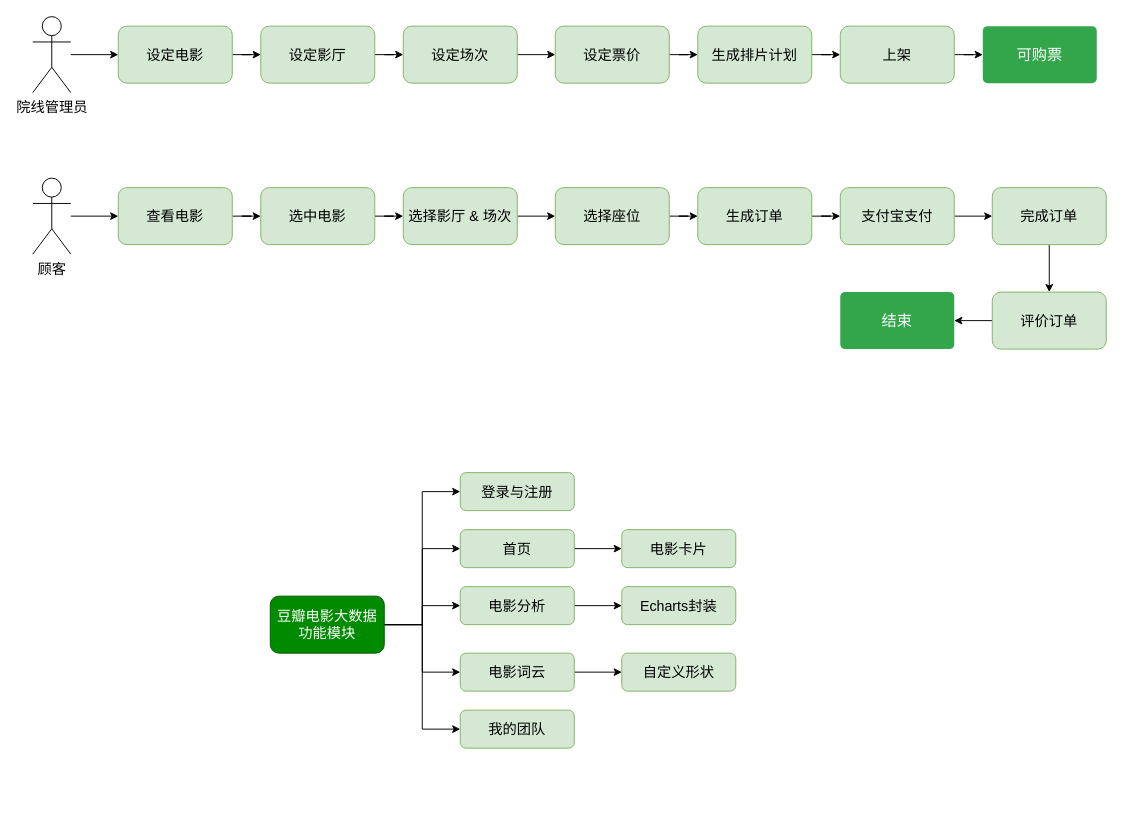
redcomet88/DRAW keeps this draw.io diagram as 豆瓣电影大数据.drawio. Above is the earlier version. Source tidied: cells renumbered, new cells numbered last; positions are measured from the earlier drawing's top-left corner, leaving out a move shared by most shapes. Both pictures are drawn from the tidied source at 95%, with x=0, y=0 at pixel (32, 16).
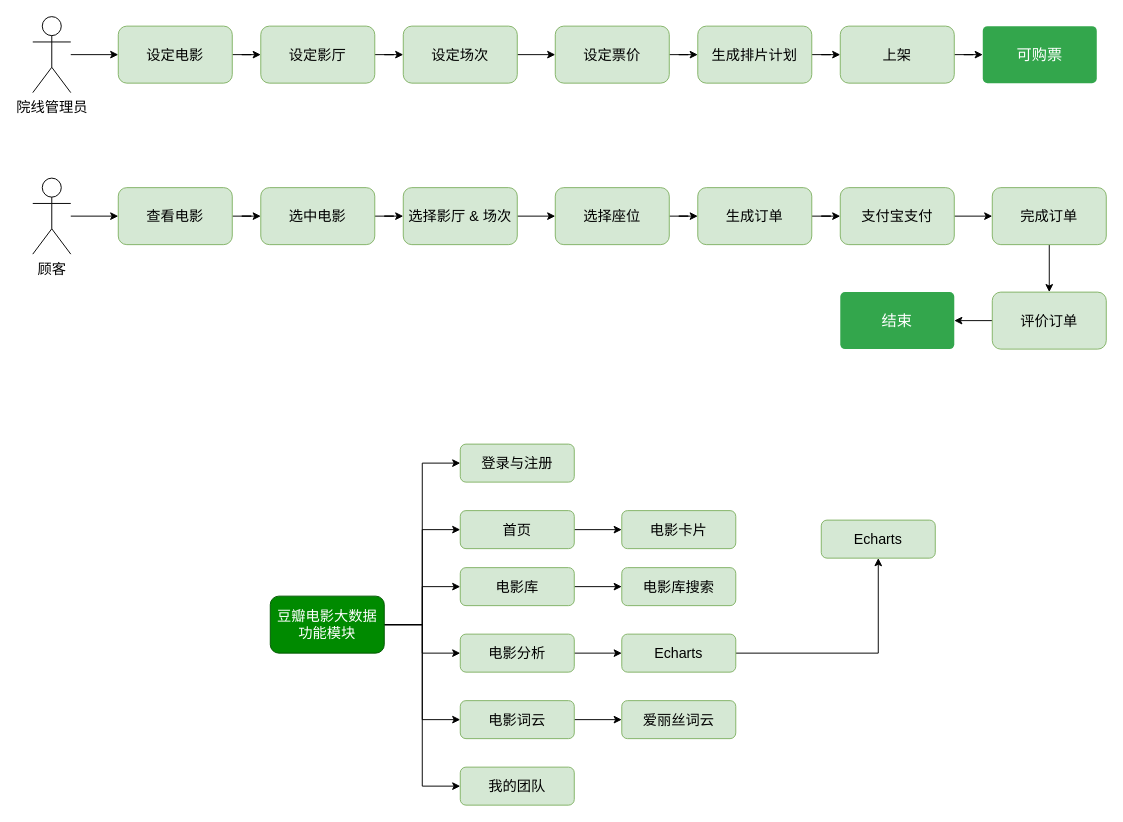
After the change.

Commit message:
Update 豆瓣电影大数据.drawio

Unchanged cells that the change refers to:
```xml
<mxCell id="41" value="豆瓣电影大数据&lt;br&gt;功能模块" style="rounded=1;whiteSpace=wrap;html=1;fontSize=15;fillColor=#008a00;strokeColor=#005700;fontColor=#ffffff;" parent="1" vertex="1">
  <mxGeometry x="250" y="610" width="120" height="60" as="geometry" />
</mxCell>
```

What changed in the source:
```diff
@@
+    <mxCell id="53" style="edgeStyle=orthogonalEdgeStyle;rounded=0;jettySize=auto;html=1;exitX=1;exitY=0.5;exitDx=0;exitDy=0;entryX=0;entryY=0.5;entryDx=0;entryDy=0;" parent="1" edge="1" source="41" target="56">
+      <mxGeometry relative="1" as="geometry" />
+    </mxCell>
@@
     <mxCell id="43" value="首页" style="rounded=1;whiteSpace=wrap;html=1;fontSize=15;fillColor=#d5e8d4;strokeColor=#82b366;" parent="1" vertex="1">
-      <mxGeometry x="450" y="540" width="120" height="40" as="geometry" />
+      <mxGeometry x="450" y="520" width="120" height="40" as="geometry" />
     </mxCell>
     <mxCell id="44" value="登录与注册" style="rounded=1;whiteSpace=wrap;html=1;fontSize=15;fillColor=#d5e8d4;strokeColor=#82b366;" parent="1" vertex="1">
-      <mxGeometry x="450" y="480" width="120" height="40" as="geometry" />
+      <mxGeometry x="450" y="450" width="120" height="40" as="geometry" />
     </mxCell>
@@
     <mxCell id="46" value="电影分析" style="rounded=1;whiteSpace=wrap;html=1;fontSize=15;fillColor=#d5e8d4;strokeColor=#82b366;" parent="1" vertex="1">
-      <mxGeometry x="450" y="600" width="120" height="40" as="geometry" />
+      <mxGeometry x="450" y="650" width="120" height="40" as="geometry" />
     </mxCell>
     <mxCell id="47" value="电影卡片" style="rounded=1;whiteSpace=wrap;html=1;fontSize=15;fillColor=#d5e8d4;strokeColor=#82b366;" parent="1" vertex="1">
-      <mxGeometry x="620" y="540" width="120" height="40" as="geometry" />
+      <mxGeometry x="620" y="520" width="120" height="40" as="geometry" />
     </mxCell>
@@
     <mxCell id="49" value="电影词云" style="rounded=1;whiteSpace=wrap;html=1;fontSize=15;fillColor=#d5e8d4;strokeColor=#82b366;" parent="1" vertex="1">
-      <mxGeometry x="450" y="670" width="120" height="40" as="geometry" />
+      <mxGeometry x="450" y="720" width="120" height="40" as="geometry" />
     </mxCell>
     <mxCell id="50" value="我的团队" style="rounded=1;whiteSpace=wrap;html=1;fontSize=15;fillColor=#d5e8d4;strokeColor=#82b366;" parent="1" vertex="1">
-      <mxGeometry x="450" y="730" width="120" height="40" as="geometry" />
+      <mxGeometry x="450" y="790" width="120" height="40" as="geometry" />
     </mxCell>
-    <mxCell id="51" value="自定义形状" style="rounded=1;whiteSpace=wrap;html=1;fontSize=15;fillColor=#d5e8d4;strokeColor=#82b366;" parent="1" vertex="1">
-      <mxGeometry x="620" y="670" width="120" height="40" as="geometry" />
+    <mxCell id="51" value="爱丽丝词云" style="rounded=1;whiteSpace=wrap;html=1;fontSize=15;fillColor=#d5e8d4;strokeColor=#82b366;" parent="1" vertex="1">
+      <mxGeometry x="620" y="720" width="120" height="40" as="geometry" />
     </mxCell>
+    <mxCell id="54" style="edgeStyle=orthogonalEdgeStyle;rounded=0;jettySize=auto;html=1;" parent="1" edge="1" source="52" target="58">
+      <mxGeometry relative="1" as="geometry" />
+    </mxCell>
-    <mxCell id="52" value="Echarts封装" style="rounded=1;whiteSpace=wrap;html=1;fontSize=15;fillColor=#d5e8d4;strokeColor=#82b366;" parent="1" vertex="1">
-      <mxGeometry x="620" y="600" width="120" height="40" as="geometry" />
+    <mxCell id="52" value="Echarts" style="rounded=1;whiteSpace=wrap;html=1;fontSize=15;fillColor=#d5e8d4;strokeColor=#82b366;" parent="1" vertex="1">
+      <mxGeometry x="620" y="650" width="120" height="40" as="geometry" />
     </mxCell>
+    <mxCell id="55" style="edgeStyle=orthogonalEdgeStyle;rounded=0;jettySize=auto;html=1;" parent="1" edge="1" source="56" target="57">
+      <mxGeometry relative="1" as="geometry" />
+    </mxCell>
+    <mxCell id="56" value="电影库" style="rounded=1;whiteSpace=wrap;html=1;fontSize=15;fillColor=#d5e8d4;strokeColor=#82b366;" parent="1" vertex="1">
+      <mxGeometry x="450" y="580" width="120" height="40" as="geometry" />
+    </mxCell>
+    <mxCell id="57" value="电影库搜索" style="rounded=1;whiteSpace=wrap;html=1;fontSize=15;fillColor=#d5e8d4;strokeColor=#82b366;" parent="1" vertex="1">
+      <mxGeometry x="620" y="580" width="120" height="40" as="geometry" />
+    </mxCell>
+    <mxCell id="58" value="Echarts" style="rounded=1;whiteSpace=wrap;html=1;fontSize=15;fillColor=#d5e8d4;strokeColor=#82b366;" parent="1" vertex="1">
+      <mxGeometry x="830" y="530" width="120" height="40" as="geometry" />
+    </mxCell>
```
